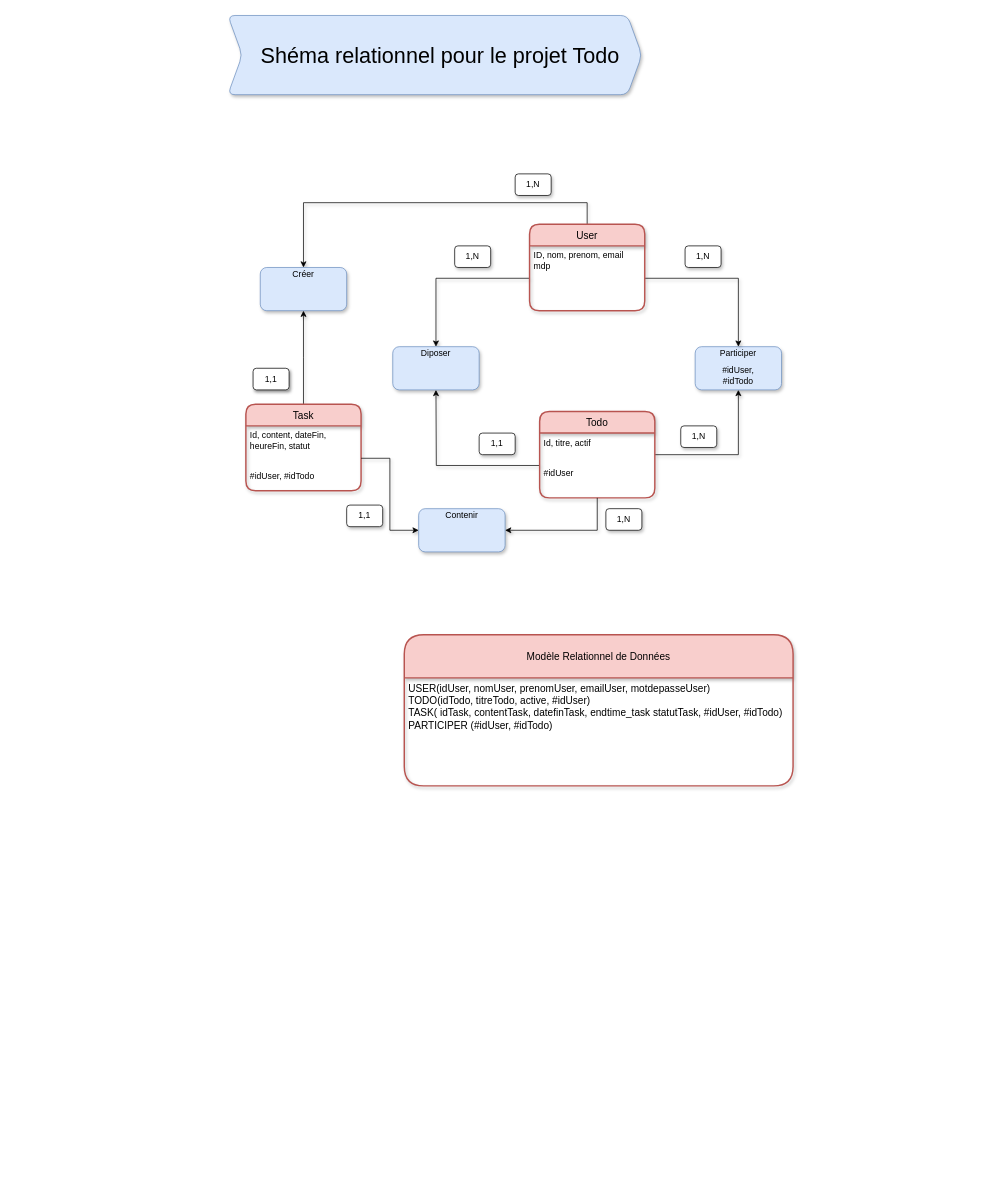
Earlier version of the draw.io diagram public/assets/todo_diagramBDD.drawio (BaptisteLecat/Todo). Source tidied: cells renumbered, new cells numbered last; positions are measured from the earlier drawing's top-left corner, leaving out a move shared by most shapes. Both pictures are drawn from the tidied source at 72%, with x=0, y=0 at pixel (228, 15).
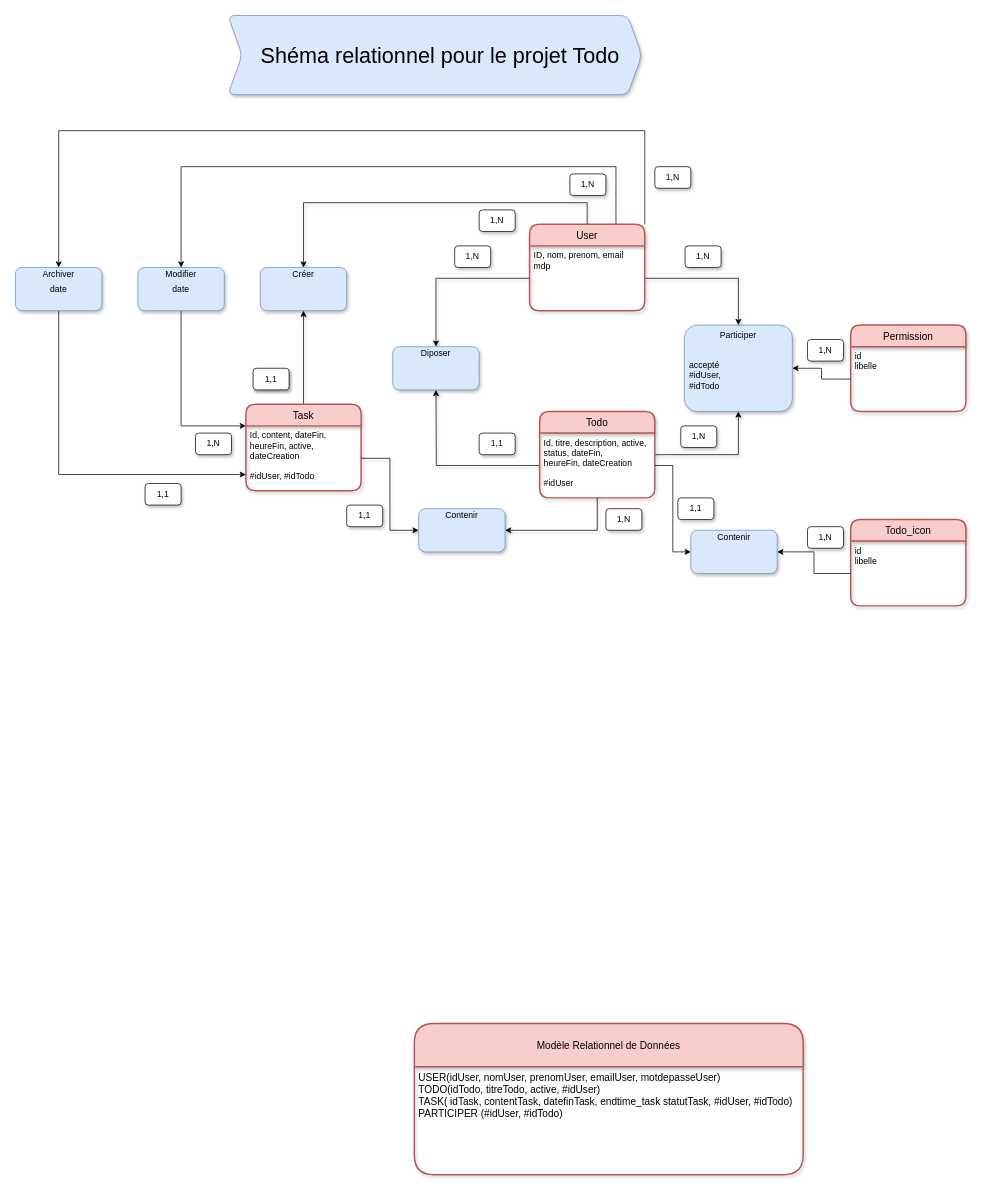
After the change.

The change refers to these unchanged cells:
```xml
<mxCell id="14" style="group;shadow=1;" parent="1" vertex="1">
  <mxGeometry x="635" y="320" width="50" height="30" as="geometry" />
</mxCell>
<mxCell id="23" value="User" style="swimlane;horizontal=1;startSize=30;rounded=1;fontSize=14;fontStyle=0;strokeWidth=2;shadow=1;dashed=0;align=center;fillColor=#f8cecc;strokeColor=#b85450;" parent="1" vertex="1">
  <mxGeometry x="419" y="290" width="160" height="120" as="geometry" />
</mxCell>
<mxCell id="26" value="Task" style="swimlane;horizontal=1;startSize=30;rounded=1;fontSize=14;fontStyle=0;strokeWidth=2;shadow=1;dashed=0;align=center;fillColor=#f8cecc;strokeColor=#b85450;" parent="1" vertex="1">
  <mxGeometry x="25" y="540" width="160" height="120" as="geometry" />
</mxCell>
<mxCell id="50" value="Todo" style="swimlane;horizontal=1;startSize=30;rounded=1;fontSize=14;fontStyle=0;strokeWidth=2;shadow=1;dashed=0;align=center;fillColor=#f8cecc;strokeColor=#b85450;swimlaneLine=1;glass=0;" parent="1" vertex="1">
  <mxGeometry x="433" y="550" width="160" height="120" as="geometry" />
</mxCell>
```

Diff of the diagram source:
```diff
@@
     <mxCell id="9" style="group;shadow=1;" parent="1" vertex="1">
-      <mxGeometry x="649" y="460" width="120" height="60" as="geometry" />
+      <mxGeometry x="649" y="430" width="150" height="120" as="geometry" />
     </mxCell>
     <mxCell id="10" style="rounded=1;whiteSpace=wrap;html=1;fillColor=#dae8fc;strokeColor=#6c8ebf;shadow=1;" parent="9" vertex="1">
-      <mxGeometry width="120" height="60" as="geometry" />
+      <mxGeometry x="-15" width="150" height="120" as="geometry" />
     </mxCell>
     <mxCell id="11" value="Participer" style="text;html=1;strokeColor=none;fillColor=none;align=center;verticalAlign=middle;whiteSpace=wrap;rounded=0;shadow=1;" parent="9" vertex="1">
-      <mxGeometry x="40" width="40" height="20" as="geometry" />
+      <mxGeometry x="40" width="40" height="30" as="geometry" />
     </mxCell>
-    <mxCell id="12" value="#idUser, #idTodo" style="text;html=1;strokeColor=none;fillColor=none;align=center;verticalAlign=middle;whiteSpace=wrap;rounded=0;shadow=1;" parent="9" vertex="1">
-      <mxGeometry x="25" y="30" width="70" height="20" as="geometry" />
+    <mxCell id="12" value="accepté&lt;br&gt;#idUser, &lt;br&gt;#idTodo" style="text;html=1;strokeColor=none;fillColor=none;align=left;verticalAlign=middle;whiteSpace=wrap;rounded=0;shadow=1;" parent="9" vertex="1">
+      <mxGeometry x="-10" y="30" width="140" height="80" as="geometry" />
     </mxCell>
@@
+    <mxCell id="58" style="group;" parent="14" vertex="1">
+      <mxGeometry width="50" height="30" as="geometry" />
+    </mxCell>
-    <mxCell id="15" style="rounded=1;whiteSpace=wrap;html=1;shadow=1;" parent="14" vertex="1">
+    <mxCell id="15" style="rounded=1;whiteSpace=wrap;html=1;shadow=1;" parent="58" vertex="1">
       <mxGeometry width="50" height="30" as="geometry" />
     </mxCell>
-    <mxCell id="16" value="1,N" style="text;html=1;strokeColor=none;fillColor=none;align=center;verticalAlign=middle;whiteSpace=wrap;rounded=0;shadow=1;" parent="14" vertex="1">
+    <mxCell id="16" value="1,N" style="text;html=1;strokeColor=none;fillColor=none;align=center;verticalAlign=middle;whiteSpace=wrap;rounded=0;shadow=1;" parent="58" vertex="1">
       <mxGeometry x="5" y="5" width="40" height="20" as="geometry" />
     </mxCell>
@@
+    <mxCell id="59" style="edgeStyle=orthogonalEdgeStyle;rounded=0;jettySize=auto;html=1;exitX=0.75;exitY=0;exitDx=0;exitDy=0;entryX=0.5;entryY=0;entryDx=0;entryDy=0;" parent="1" edge="1" source="23" target="69">
+      <mxGeometry relative="1" as="geometry">
+        <Array as="points">
+          <mxPoint x="539" y="210" />
+          <mxPoint x="-65" y="210" />
+        </Array>
+      </mxGeometry>
+    </mxCell>
+    <mxCell id="60" style="edgeStyle=orthogonalEdgeStyle;rounded=0;jettySize=auto;html=1;exitX=1;exitY=0;exitDx=0;exitDy=0;entryX=0.5;entryY=0;entryDx=0;entryDy=0;" parent="1" edge="1" source="23" target="77">
+      <mxGeometry relative="1" as="geometry">
+        <Array as="points">
+          <mxPoint x="579" y="160" />
+          <mxPoint x="-235" y="160" />
+        </Array>
+      </mxGeometry>
+    </mxCell>
@@
-    <mxCell id="27" value="Id, content, dateFin,&#10;heureFin, statut&#10;&#10;&#10;#idUser, #idTodo" style="align=left;strokeColor=none;fillColor=none;spacingLeft=4;fontSize=12;verticalAlign=top;shadow=1;" parent="26" vertex="1">
+    <mxCell id="27" value="Id, content, dateFin,&#10;heureFin, active, &#10;dateCreation&#10;&#10;#idUser, #idTodo" style="align=left;strokeColor=none;fillColor=none;spacingLeft=4;fontSize=12;verticalAlign=top;shadow=1;" parent="26" vertex="1">
       <mxGeometry y="30" width="160" height="90" as="geometry" />
     </mxCell>
@@
     <mxCell id="38" style="group;shadow=1;" parent="1" vertex="1">
-      <mxGeometry x="399" y="220" width="50" height="30" as="geometry" />
+      <mxGeometry x="349" y="270" width="50" height="30" as="geometry" />
     </mxCell>
@@
-    <mxCell id="51" value="Id, titre, actif&#10;&#10;&#10;#idUser" style="align=left;strokeColor=none;fillColor=none;spacingLeft=4;fontSize=12;verticalAlign=top;shadow=1;" parent="50" vertex="1">
+    <mxCell id="51" value="Id, titre, description, active,&#10;status, dateFin,&#10;heureFin, dateCreation&#10;&#10;#idUser" style="align=left;strokeColor=none;fillColor=none;spacingLeft=4;fontSize=12;verticalAlign=top;shadow=1;" parent="50" vertex="1">
       <mxGeometry y="30" width="160" height="90" as="geometry" />
     </mxCell>
@@
     <mxCell id="53" value="Modèle Relationnel de Données" style="swimlane;horizontal=1;startSize=60;rounded=1;fontSize=14;fontStyle=0;strokeWidth=2;shadow=1;dashed=0;align=center;fillColor=#f8cecc;strokeColor=#b85450;swimlaneFillColor=none;sketch=0;" parent="1" vertex="1">
-      <mxGeometry x="245" y="860" width="540" height="210" as="geometry" />
+      <mxGeometry x="259" y="1400" width="540" height="210" as="geometry" />
     </mxCell>
@@
+    <mxCell id="61" value="Permission" style="swimlane;horizontal=1;startSize=30;rounded=1;fontSize=14;fontStyle=0;strokeWidth=2;shadow=1;dashed=0;align=center;fillColor=#f8cecc;strokeColor=#b85450;" parent="1" vertex="1">
+      <mxGeometry x="865" y="430" width="160" height="120" as="geometry" />
+    </mxCell>
+    <mxCell id="62" value="id&#10;libelle" style="align=left;strokeColor=none;fillColor=none;spacingLeft=4;fontSize=12;verticalAlign=top;shadow=1;" parent="61" vertex="1">
+      <mxGeometry y="30" width="160" height="90" as="geometry" />
+    </mxCell>
+    <mxCell id="63" style="edgeStyle=orthogonalEdgeStyle;rounded=0;jettySize=auto;html=1;entryX=1;entryY=0.5;entryDx=0;entryDy=0;" parent="1" edge="1" source="62" target="10">
+      <mxGeometry relative="1" as="geometry" />
+    </mxCell>
+    <mxCell id="64" style="group;" parent="1" vertex="1">
+      <mxGeometry x="805" y="450" width="50" height="30" as="geometry" />
+    </mxCell>
+    <mxCell id="65" style="rounded=1;whiteSpace=wrap;html=1;shadow=1;" parent="64" vertex="1">
+      <mxGeometry width="50" height="30" as="geometry" />
+    </mxCell>
+    <mxCell id="66" value="1,N" style="text;html=1;strokeColor=none;fillColor=none;align=center;verticalAlign=middle;whiteSpace=wrap;rounded=0;shadow=1;" parent="64" vertex="1">
+      <mxGeometry x="5" y="5" width="40" height="20" as="geometry" />
+    </mxCell>
+    <mxCell id="67" style="edgeStyle=orthogonalEdgeStyle;rounded=0;jettySize=auto;html=1;" parent="1" edge="1" source="68">
+      <mxGeometry relative="1" as="geometry">
+        <mxPoint x="25" y="570" as="targetPoint" />
+        <Array as="points">
+          <mxPoint x="-65" y="570" />
+          <mxPoint x="25" y="570" />
+        </Array>
+      </mxGeometry>
+    </mxCell>
+    <mxCell id="68" value="date" style="rounded=1;whiteSpace=wrap;html=1;fillColor=#dae8fc;strokeColor=#6c8ebf;shadow=1;" parent="1" vertex="1">
+      <mxGeometry x="-125" y="350" width="120" height="60" as="geometry" />
+    </mxCell>
+    <mxCell id="69" value="Modifier" style="text;html=1;strokeColor=none;fillColor=none;align=center;verticalAlign=middle;whiteSpace=wrap;rounded=0;shadow=1;" parent="1" vertex="1">
+      <mxGeometry x="-85" y="350" width="40" height="20" as="geometry" />
+    </mxCell>
+    <mxCell id="70" style="group;shadow=1;" parent="1" vertex="1">
+      <mxGeometry x="475" y="220" width="50" height="30" as="geometry" />
+    </mxCell>
+    <mxCell id="71" style="rounded=1;whiteSpace=wrap;html=1;shadow=1;" parent="70" vertex="1">
+      <mxGeometry width="50" height="30" as="geometry" />
+    </mxCell>
+    <mxCell id="72" value="1,N" style="text;html=1;strokeColor=none;fillColor=none;align=center;verticalAlign=middle;whiteSpace=wrap;rounded=0;shadow=1;" parent="70" vertex="1">
+      <mxGeometry x="5" y="5" width="40" height="20" as="geometry" />
+    </mxCell>
+    <mxCell id="73" style="group;shadow=1;" parent="1" vertex="1">
+      <mxGeometry x="-45" y="580" width="50" height="30" as="geometry" />
+    </mxCell>
+    <mxCell id="74" style="rounded=1;whiteSpace=wrap;html=1;shadow=1;" parent="73" vertex="1">
+      <mxGeometry width="50" height="30" as="geometry" />
+    </mxCell>
+    <mxCell id="75" value="1,N" style="text;html=1;strokeColor=none;fillColor=none;align=center;verticalAlign=middle;whiteSpace=wrap;rounded=0;shadow=1;" parent="73" vertex="1">
+      <mxGeometry x="5" y="5" width="40" height="20" as="geometry" />
+    </mxCell>
+    <mxCell id="76" style="edgeStyle=orthogonalEdgeStyle;rounded=0;jettySize=auto;html=1;entryX=0;entryY=0.75;entryDx=0;entryDy=0;" parent="1" edge="1" source="77" target="27">
+      <mxGeometry relative="1" as="geometry">
+        <Array as="points">
+          <mxPoint x="-235" y="637" />
+        </Array>
+      </mxGeometry>
+    </mxCell>
+    <mxCell id="77" value="date" style="rounded=1;whiteSpace=wrap;html=1;fillColor=#dae8fc;strokeColor=#6c8ebf;shadow=1;" parent="1" vertex="1">
+      <mxGeometry x="-295" y="350" width="120" height="60" as="geometry" />
+    </mxCell>
+    <mxCell id="78" value="Archiver" style="text;html=1;strokeColor=none;fillColor=none;align=center;verticalAlign=middle;whiteSpace=wrap;rounded=0;shadow=1;" parent="1" vertex="1">
+      <mxGeometry x="-255" y="350" width="40" height="20" as="geometry" />
+    </mxCell>
+    <mxCell id="79" style="group;shadow=1;" parent="1" vertex="1">
+      <mxGeometry x="593" y="210" width="50" height="30" as="geometry" />
+    </mxCell>
+    <mxCell id="80" style="rounded=1;whiteSpace=wrap;html=1;shadow=1;" parent="79" vertex="1">
+      <mxGeometry width="50" height="30" as="geometry" />
+    </mxCell>
+    <mxCell id="81" value="1,N" style="text;html=1;strokeColor=none;fillColor=none;align=center;verticalAlign=middle;whiteSpace=wrap;rounded=0;shadow=1;" parent="79" vertex="1">
+      <mxGeometry x="5" y="5" width="40" height="20" as="geometry" />
+    </mxCell>
+    <mxCell id="82" style="rounded=1;whiteSpace=wrap;html=1;shadow=1;" parent="1" vertex="1">
+      <mxGeometry x="-115" y="650" width="50" height="30" as="geometry" />
+    </mxCell>
+    <mxCell id="83" value="1,1" style="text;html=1;strokeColor=none;fillColor=none;align=center;verticalAlign=middle;whiteSpace=wrap;rounded=0;shadow=1;" parent="1" vertex="1">
+      <mxGeometry x="-110" y="655" width="40" height="20" as="geometry" />
+    </mxCell>
+    <mxCell id="84" value="Todo_icon" style="swimlane;horizontal=1;startSize=30;rounded=1;fontSize=14;fontStyle=0;strokeWidth=2;shadow=1;dashed=0;align=center;fillColor=#f8cecc;strokeColor=#b85450;" parent="1" vertex="1">
+      <mxGeometry x="865" y="700" width="160" height="120" as="geometry" />
+    </mxCell>
+    <mxCell id="85" value="id&#10;libelle" style="align=left;strokeColor=none;fillColor=none;spacingLeft=4;fontSize=12;verticalAlign=top;shadow=1;" parent="84" vertex="1">
+      <mxGeometry y="30" width="160" height="90" as="geometry" />
+    </mxCell>
+    <mxCell id="86" style="rounded=1;whiteSpace=wrap;html=1;fillColor=#dae8fc;strokeColor=#6c8ebf;shadow=1;" parent="1" vertex="1">
+      <mxGeometry x="643" y="715" width="120" height="60" as="geometry" />
+    </mxCell>
+    <mxCell id="87" value="Contenir" style="text;html=1;strokeColor=none;fillColor=none;align=center;verticalAlign=middle;whiteSpace=wrap;rounded=0;shadow=1;" parent="1" vertex="1">
+      <mxGeometry x="683" y="715" width="40" height="20" as="geometry" />
+    </mxCell>
+    <mxCell id="88" style="edgeStyle=orthogonalEdgeStyle;rounded=0;jettySize=auto;html=1;entryX=1;entryY=0.5;entryDx=0;entryDy=0;" parent="1" edge="1" source="85" target="86">
+      <mxGeometry relative="1" as="geometry" />
+    </mxCell>
+    <mxCell id="89" style="edgeStyle=orthogonalEdgeStyle;rounded=0;jettySize=auto;html=1;entryX=0;entryY=0.5;entryDx=0;entryDy=0;" parent="1" edge="1" source="51" target="86">
+      <mxGeometry relative="1" as="geometry" />
+    </mxCell>
+    <mxCell id="90" style="group;" parent="1" vertex="1">
+      <mxGeometry x="805" y="710" width="50" height="30" as="geometry" />
+    </mxCell>
+    <mxCell id="91" style="rounded=1;whiteSpace=wrap;html=1;shadow=1;" parent="90" vertex="1">
+      <mxGeometry width="50" height="30" as="geometry" />
+    </mxCell>
+    <mxCell id="92" value="1,N" style="text;html=1;strokeColor=none;fillColor=none;align=center;verticalAlign=middle;whiteSpace=wrap;rounded=0;shadow=1;" parent="90" vertex="1">
+      <mxGeometry x="5" y="5" width="40" height="20" as="geometry" />
+    </mxCell>
+    <mxCell id="93" style="group;" parent="1" vertex="1">
+      <mxGeometry x="625" y="670" width="50" height="30" as="geometry" />
+    </mxCell>
+    <mxCell id="94" style="rounded=1;whiteSpace=wrap;html=1;shadow=1;" parent="93" vertex="1">
+      <mxGeometry width="50" height="30" as="geometry" />
+    </mxCell>
+    <mxCell id="95" value="1,1" style="text;html=1;strokeColor=none;fillColor=none;align=center;verticalAlign=middle;whiteSpace=wrap;rounded=0;shadow=1;" parent="93" vertex="1">
+      <mxGeometry x="5" y="5" width="40" height="20" as="geometry" />
+    </mxCell>
```
